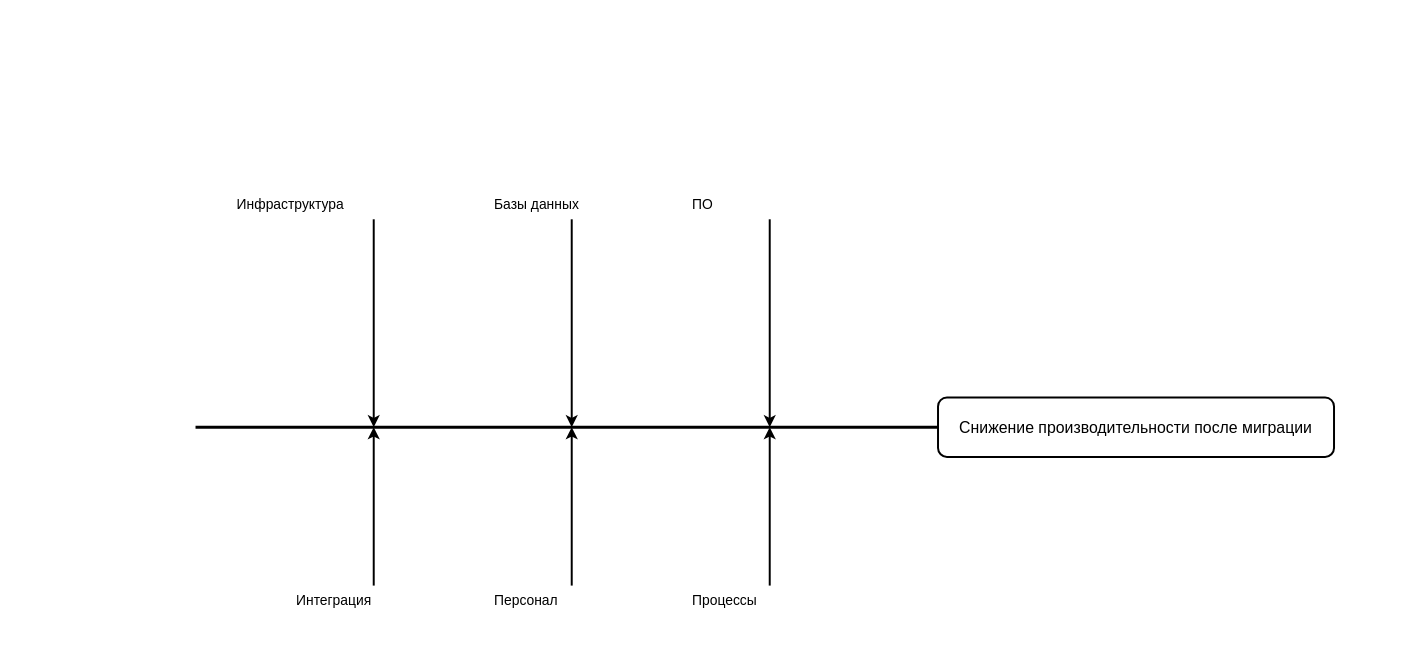
vasiliy1305/architecture-medikamente keeps this draw.io diagram as task4/ishikawa.drawio. Above is the earlier version. Source tidied: cells renumbered, new cells numbered last; positions are measured from the earlier drawing's top-left corner, leaving out a move shared by most shapes. Both pictures are drawn from the tidied source at 99%, with x=0, y=0 at pixel (195, 189).
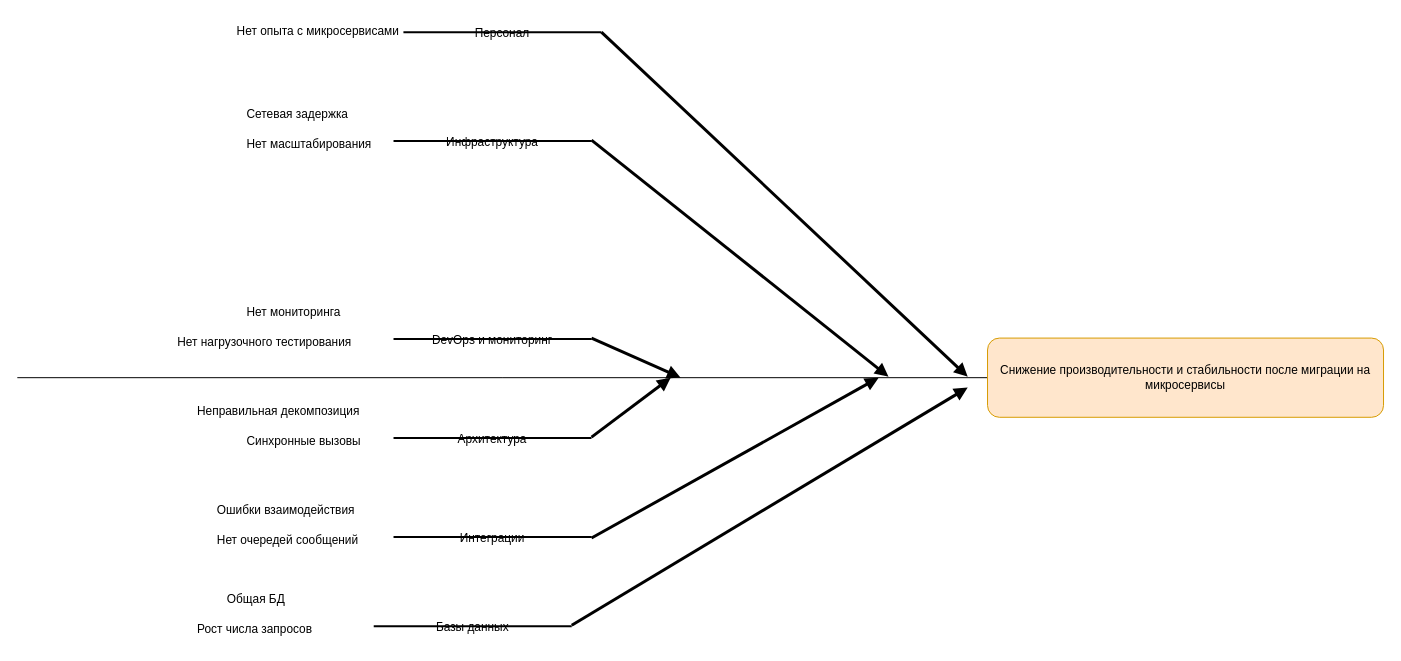
Above is the later version.

Commit message (it also covers changes not shown here):
review task 4

Change to the diagram source:
```diff
@@
-    <mxCell id="2" value="Снижение производительности после миграции" style="rounded=1;whiteSpace=wrap;html=1;fontSize=16;strokeWidth=2;" parent="1" vertex="1">
-      <mxGeometry x="750" y="210" width="400" height="60" as="geometry" />
-    </mxCell>
+    <mxCell id="16" style="edgeStyle=orthogonalEdgeStyle;rounded=0;jettySize=auto;html=1;exitX=0;exitY=0.5;exitDx=0;exitDy=0;endArrow=none;endFill=0;" parent="1" edge="1" source="17">
+      <mxGeometry relative="1" as="geometry">
+        <mxPoint x="-180" y="190" as="targetPoint" />
+      </mxGeometry>
+    </mxCell>
+    <mxCell id="17" value="Снижение производительности и стабильности после миграции на микросервисы" style="rounded=1;whiteSpace=wrap;html=1;fillColor=#ffe6cc;strokeColor=#d79b00;" parent="1" vertex="1">
+      <mxGeometry x="800" y="150" width="400" height="80" as="geometry" />
+    </mxCell>
-    <mxCell id="3" style="endArrow=none;strokeWidth=3;" parent="1" edge="1">
+    <mxCell id="3" style="endArrow=block;strokeWidth=3;exitX=1;exitY=0.5;exitDx=0;exitDy=0;exitPerimeter=0;" parent="1" edge="1">
       <mxGeometry relative="1" as="geometry">
-        <mxPoint y="240" as="sourcePoint" />
-        <mxPoint x="750" y="240" as="targetPoint" />
+        <mxPoint x="400" y="-50" as="sourcePoint" />
+        <mxPoint x="700" y="189" as="targetPoint" />
       </mxGeometry>
     </mxCell>
-    <mxCell id="4" value="Инфраструктура" style="text;html=1;fontSize=14;" parent="1" vertex="1">
-      <mxGeometry x="40" width="160" height="30" as="geometry" />
+    <mxCell id="4" value="Инфраструктура" style="shape=line;strokeWidth=2;" parent="1" vertex="1">
+      <mxGeometry x="200" y="-50" width="200" height="2" as="geometry" />
     </mxCell>
+    <mxCell id="18" value="Сетевая задержка" style="text;html=1;" parent="1" vertex="1">
+      <mxGeometry x="50" y="-90" width="150" height="30" as="geometry" />
+    </mxCell>
+    <mxCell id="19" value="Нет масштабирования" style="text;html=1;" parent="1" vertex="1">
+      <mxGeometry x="50" y="-60" width="170" height="30" as="geometry" />
+    </mxCell>
-    <mxCell id="5" value="Базы данных" style="text;html=1;fontSize=14;" parent="1" vertex="1">
-      <mxGeometry x="300" width="160" height="30" as="geometry" />
+    <mxCell id="5" value="Базы данных" style="shape=line;strokeWidth=2;" parent="1" vertex="1">
+      <mxGeometry x="180" y="440" width="200" height="2" as="geometry" />
     </mxCell>
-    <mxCell id="6" value="ПО" style="text;html=1;fontSize=14;" parent="1" vertex="1">
-      <mxGeometry x="500" width="160" height="30" as="geometry" />
-    </mxCell>
-    <mxCell id="7" value="Интеграция" style="text;html=1;fontSize=14;" parent="1" vertex="1">
-      <mxGeometry x="100" y="400" width="160" height="30" as="geometry" />
-    </mxCell>
+    <mxCell id="20" value="Общая БД" style="text;html=1;" parent="1" vertex="1">
+      <mxGeometry x="30" y="400" width="150" height="30" as="geometry" />
+    </mxCell>
+    <mxCell id="21" value="Рост числа запросов" style="text;html=1;" parent="1" vertex="1">
+      <mxGeometry y="430" width="200" height="30" as="geometry" />
+    </mxCell>
+    <mxCell id="22" value="Архитектура" style="shape=line;strokeWidth=2;" parent="1" vertex="1">
+      <mxGeometry x="200" y="250" width="200" height="2" as="geometry" />
+    </mxCell>
+    <mxCell id="23" value="Неправильная декомпозиция" style="text;html=1;" parent="1" vertex="1">
+      <mxGeometry y="210" width="220" height="30" as="geometry" />
+    </mxCell>
+    <mxCell id="24" value="Синхронные вызовы" style="text;html=1;" parent="1" vertex="1">
+      <mxGeometry x="50" y="240" width="170" height="30" as="geometry" />
+    </mxCell>
+    <mxCell id="25" value="Интеграции" style="shape=line;strokeWidth=2;" parent="1" vertex="1">
+      <mxGeometry x="200" y="350" width="200" height="2" as="geometry" />
+    </mxCell>
+    <mxCell id="26" value="Ошибки взаимодействия" style="text;html=1;" parent="1" vertex="1">
+      <mxGeometry x="20" y="310" width="200" height="30" as="geometry" />
+    </mxCell>
+    <mxCell id="27" value="Нет очередей сообщений" style="text;html=1;" parent="1" vertex="1">
+      <mxGeometry x="20" y="340" width="200" height="30" as="geometry" />
+    </mxCell>
+    <mxCell id="28" value="DevOps и мониторинг" style="shape=line;strokeWidth=2;" parent="1" vertex="1">
+      <mxGeometry x="200" y="150" width="200" height="2" as="geometry" />
+    </mxCell>
+    <mxCell id="29" value="Нет мониторинга" style="text;html=1;" parent="1" vertex="1">
+      <mxGeometry x="50" y="110" width="170" height="30" as="geometry" />
+    </mxCell>
+    <mxCell id="30" value="Нет нагрузочного тестирования" style="text;html=1;" parent="1" vertex="1">
+      <mxGeometry x="-20" y="140" width="240" height="30" as="geometry" />
+    </mxCell>
-    <mxCell id="8" value="Персонал" style="text;html=1;fontSize=14;" parent="1" vertex="1">
-      <mxGeometry x="300" y="400" width="160" height="30" as="geometry" />
+    <mxCell id="8" value="Персонал" style="shape=line;strokeWidth=2;" parent="1" vertex="1">
+      <mxGeometry x="210" y="-160" width="200" height="2" as="geometry" />
     </mxCell>
-    <mxCell id="9" value="Процессы" style="text;html=1;fontSize=14;" parent="1" vertex="1">
-      <mxGeometry x="500" y="400" width="160" height="30" as="geometry" />
-    </mxCell>
-    <mxCell id="10" style="strokeWidth=2;" parent="1" edge="1">
-      <mxGeometry relative="1" as="geometry">
-        <mxPoint x="180" y="30" as="sourcePoint" />
-        <mxPoint x="180" y="240" as="targetPoint" />
-      </mxGeometry>
-    </mxCell>
-    <mxCell id="11" style="strokeWidth=2;" parent="1" edge="1">
-      <mxGeometry relative="1" as="geometry">
-        <mxPoint x="380" y="30" as="sourcePoint" />
-        <mxPoint x="380" y="240" as="targetPoint" />
-      </mxGeometry>
-    </mxCell>
-    <mxCell id="12" style="strokeWidth=2;" parent="1" edge="1">
-      <mxGeometry relative="1" as="geometry">
-        <mxPoint x="580" y="30" as="sourcePoint" />
-        <mxPoint x="580" y="240" as="targetPoint" />
-      </mxGeometry>
-    </mxCell>
-    <mxCell id="13" style="strokeWidth=2;" parent="1" edge="1">
-      <mxGeometry relative="1" as="geometry">
-        <mxPoint x="180" y="400" as="sourcePoint" />
-        <mxPoint x="180" y="240" as="targetPoint" />
-      </mxGeometry>
-    </mxCell>
-    <mxCell id="14" style="strokeWidth=2;" parent="1" edge="1">
-      <mxGeometry relative="1" as="geometry">
-        <mxPoint x="380" y="400" as="sourcePoint" />
-        <mxPoint x="380" y="240" as="targetPoint" />
-      </mxGeometry>
-    </mxCell>
-    <mxCell id="15" style="strokeWidth=2;" parent="1" edge="1">
-      <mxGeometry relative="1" as="geometry">
-        <mxPoint x="580" y="400" as="sourcePoint" />
-        <mxPoint x="580" y="240" as="targetPoint" />
-      </mxGeometry>
-    </mxCell>
+    <mxCell id="31" value="Нет опыта с микросервисами" style="text;html=1;" parent="1" vertex="1">
+      <mxGeometry x="40" y="-174" width="240" height="30" as="geometry" />
+    </mxCell>
+    <mxCell id="32" style="endArrow=block;strokeWidth=3;exitX=1;exitY=0.5;exitDx=0;exitDy=0;exitPerimeter=0;" parent="1" edge="1" source="8">
+      <mxGeometry relative="1" as="geometry">
+        <mxPoint x="780" y="189" as="targetPoint" />
+      </mxGeometry>
+    </mxCell>
+    <mxCell id="33" style="endArrow=block;strokeWidth=3;exitX=1;exitY=0.5;exitDx=0;exitDy=0;exitPerimeter=0;" parent="1" edge="1">
+      <mxGeometry relative="1" as="geometry">
+        <mxPoint x="400" y="150" as="sourcePoint" />
+        <mxPoint x="490" y="190" as="targetPoint" />
+      </mxGeometry>
+    </mxCell>
+    <mxCell id="34" style="endArrow=block;strokeWidth=3;exitX=1;exitY=0.5;exitDx=0;exitDy=0;exitPerimeter=0;" parent="1" edge="1">
+      <mxGeometry relative="1" as="geometry">
+        <mxPoint x="400" y="250" as="sourcePoint" />
+        <mxPoint x="480" y="190" as="targetPoint" />
+      </mxGeometry>
+    </mxCell>
+    <mxCell id="35" style="endArrow=block;strokeWidth=3;exitX=1;exitY=0.5;exitDx=0;exitDy=0;exitPerimeter=0;" parent="1" edge="1">
+      <mxGeometry relative="1" as="geometry">
+        <mxPoint x="400" y="352" as="sourcePoint" />
+        <mxPoint x="690" y="190" as="targetPoint" />
+      </mxGeometry>
+    </mxCell>
+    <mxCell id="36" style="endArrow=block;strokeWidth=3;exitX=1;exitY=0.5;exitDx=0;exitDy=0;exitPerimeter=0;" parent="1" edge="1">
+      <mxGeometry relative="1" as="geometry">
+        <mxPoint x="380" y="440" as="sourcePoint" />
+        <mxPoint x="780" y="200" as="targetPoint" />
+      </mxGeometry>
+    </mxCell>
```
